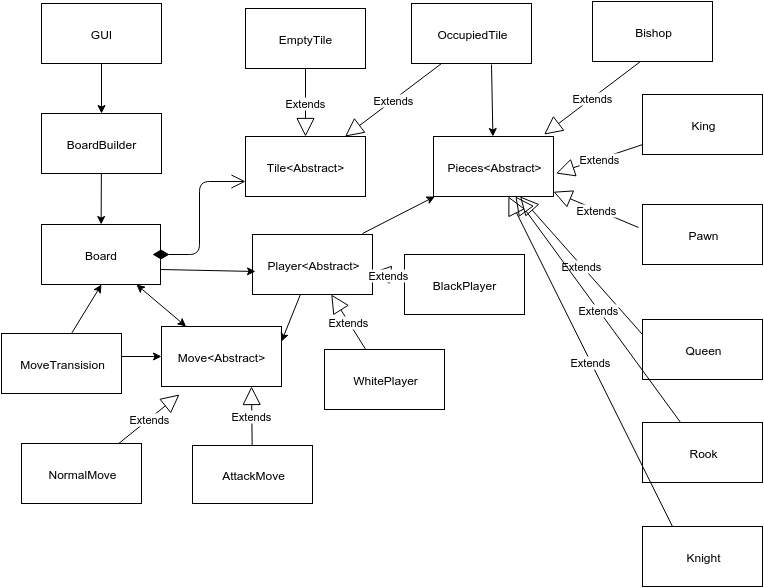
Above: dokumentointi/shakki-UML.png in tiikkala/shakki (draw.io), before the change. Source tidied: cells renumbered, new cells last; positions are measured from the earlier drawing's top-left corner, leaving out a move shared by most shapes.
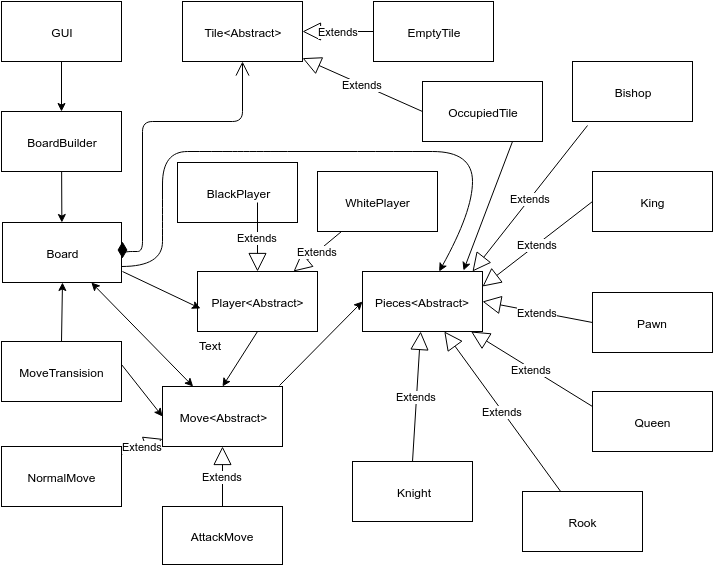
The same diagram one commit later.

The edit, as a diff of the source:
```diff
@@ -3,54 +3,54 @@
     <mxCell id="0" />
     <mxCell id="1" parent="0" />
     <mxCell id="2" value="GUI" style="whiteSpace=wrap;html=1;" parent="1" vertex="1">
-      <mxGeometry x="40" y="2" width="120" height="60" as="geometry" />
+      <mxGeometry x="39" y="-28" width="120" height="60" as="geometry" />
     </mxCell>
     <mxCell id="3" value="BoardBuilder" style="whiteSpace=wrap;html=1;fillColor=#ffffff;strokeColor=#000000;" parent="1" vertex="1">
-      <mxGeometry x="40" y="112" width="120" height="60" as="geometry" />
+      <mxGeometry x="39" y="82" width="120" height="60" as="geometry" />
     </mxCell>
     <mxCell id="4" value="Board" style="whiteSpace=wrap;html=1;" parent="1" vertex="1">
-      <mxGeometry x="40" y="223" width="119" height="60" as="geometry" />
+      <mxGeometry x="40" y="193" width="119" height="60" as="geometry" />
     </mxCell>
     <mxCell id="5" value="Move&amp;lt;Abstract&amp;gt;" style="whiteSpace=wrap;html=1;" parent="1" vertex="1">
-      <mxGeometry x="160" y="325" width="120" height="60" as="geometry" />
+      <mxGeometry x="200" y="357" width="120" height="60" as="geometry" />
     </mxCell>
     <mxCell id="6" value="NormalMove" style="whiteSpace=wrap;html=1;" parent="1" vertex="1">
-      <mxGeometry x="20" y="442" width="120" height="60" as="geometry" />
+      <mxGeometry x="39" y="417" width="120" height="60" as="geometry" />
     </mxCell>
     <mxCell id="7" value="Tile&amp;lt;Abstract&amp;gt;" style="whiteSpace=wrap;html=1;strokeColor=#000000;fillColor=#ffffff;" parent="1" vertex="1">
-      <mxGeometry x="244" y="135" width="120" height="60" as="geometry" />
+      <mxGeometry x="220" y="-28" width="120" height="60" as="geometry" />
     </mxCell>
     <mxCell id="8" value="AttackMove" style="whiteSpace=wrap;html=1;strokeColor=#000000;fillColor=#ffffff;" parent="1" vertex="1">
-      <mxGeometry x="191" y="444" width="120" height="58" as="geometry" />
+      <mxGeometry x="200" y="477" width="120" height="58" as="geometry" />
     </mxCell>
     <mxCell id="9" value="EmptyTile" style="whiteSpace=wrap;html=1;strokeColor=#000000;fillColor=#ffffff;" parent="1" vertex="1">
-      <mxGeometry x="244" y="7" width="120" height="60" as="geometry" />
+      <mxGeometry x="411" y="-28" width="120" height="60" as="geometry" />
     </mxCell>
     <mxCell id="10" value="OccupiedTile" style="whiteSpace=wrap;html=1;strokeColor=#000000;fillColor=#ffffff;" parent="1" vertex="1">
-      <mxGeometry x="410" y="2" width="120" height="60" as="geometry" />
+      <mxGeometry x="460" y="52" width="120" height="60" as="geometry" />
     </mxCell>
-    <mxCell id="11" value="&lt;div&gt;&lt;br&gt;&lt;/div&gt;&lt;div&gt;&lt;br&gt;&lt;/div&gt;" style="endArrow=open;html=1;endSize=12;startArrow=diamondThin;startSize=14;startFill=1;edgeStyle=orthogonalEdgeStyle;align=left;verticalAlign=bottom;entryX=0;entryY=0.75;" parent="1" edge="1" target="7">
+    <mxCell id="11" value="&lt;div&gt;&lt;br&gt;&lt;/div&gt;&lt;div&gt;&lt;br&gt;&lt;/div&gt;" style="endArrow=open;html=1;endSize=12;startArrow=diamondThin;startSize=14;startFill=1;edgeStyle=orthogonalEdgeStyle;align=left;verticalAlign=bottom;" parent="1" edge="1" target="7">
       <mxGeometry x="-0.43" y="-108" relative="1" as="geometry">
-        <mxPoint x="151" y="253" as="sourcePoint" />
+        <mxPoint x="160" y="212" as="sourcePoint" />
         <Array as="points">
-          <mxPoint x="198" y="253" />
-          <mxPoint x="198" y="180" />
+          <mxPoint x="160" y="222" />
+          <mxPoint x="180" y="222" />
+          <mxPoint x="180" y="92" />
+          <mxPoint x="280" y="92" />
         </Array>
         <mxPoint x="-2" y="23" as="offset" />
       </mxGeometry>
     </mxCell>
-    <mxCell id="12" value="Extends" style="endArrow=block;endSize=16;endFill=0;html=1;" parent="1" edge="1" source="6">
-      <mxGeometry relative="1" as="geometry">
-        <mxPoint x="178" y="393" as="targetPoint" />
-      </mxGeometry>
+    <mxCell id="12" value="Extends" style="endArrow=block;endSize=16;endFill=0;html=1;" parent="1" edge="1" source="6" target="5">
+      <mxGeometry relative="1" as="geometry" />
     </mxCell>
-    <mxCell id="13" value="Extends" style="endArrow=block;endSize=16;endFill=0;html=1;entryX=0.75;entryY=1;" parent="1" edge="1" source="8" target="5">
+    <mxCell id="13" value="Extends" style="endArrow=block;endSize=16;endFill=0;html=1;" parent="1" edge="1" source="8" target="5">
       <mxGeometry x="250.2" y="433" as="geometry" />
     </mxCell>
     <mxCell id="14" value="Extends" style="endArrow=block;endSize=16;endFill=0;html=1;" parent="1" edge="1" source="9" target="7">
       <mxGeometry x="303.2" y="101" as="geometry" />
     </mxCell>
-    <mxCell id="15" value="Extends" style="endArrow=block;endSize=16;endFill=0;html=1;exitX=0.25;exitY=1;" parent="1" edge="1" source="10" target="7">
+    <mxCell id="15" value="Extends" style="endArrow=block;endSize=16;endFill=0;html=1;exitX=0;exitY=0.5;" parent="1" edge="1" source="10" target="7">
       <mxGeometry x="460.2" y="131" as="geometry" />
     </mxCell>
     <mxCell id="16" style="endArrow=classic;html=1;exitX=0.5;exitY=1;" parent="1" edge="1" source="2" target="3">
@@ -63,38 +63,35 @@
       <mxGeometry relative="1" as="geometry" />
     </mxCell>
     <mxCell id="19" value="Pieces&amp;lt;Abstract&amp;gt;" style="whiteSpace=wrap;html=1;strokeColor=#000000;fillColor=#ffffff;" parent="1" vertex="1">
-      <mxGeometry x="432" y="135" width="120" height="60" as="geometry" />
+      <mxGeometry x="400" y="242" width="120" height="60" as="geometry" />
     </mxCell>
     <mxCell id="20" value="Bishop" style="whiteSpace=wrap;html=1;strokeColor=#000000;fillColor=#ffffff;" parent="1" vertex="1">
-      <mxGeometry x="591" width="120" height="60" as="geometry" />
+      <mxGeometry x="610" y="32" width="120" height="60" as="geometry" />
     </mxCell>
-    <mxCell id="21" value="Extends" style="endArrow=block;endSize=16;endFill=0;html=1;exitX=0.25;exitY=1;" parent="1" edge="1">
+    <mxCell id="21" value="Extends" style="endArrow=block;endSize=16;endFill=0;html=1;exitX=0.125;exitY=1.061;exitPerimeter=0;" parent="1" edge="1" source="20">
       <mxGeometry x="659.2" y="129" as="geometry">
-        <mxPoint x="639" y="60" as="sourcePoint" />
-        <mxPoint x="542.6" y="133" as="targetPoint" />
+        <mxPoint x="510" y="242" as="targetPoint" />
       </mxGeometry>
     </mxCell>
     <mxCell id="22" value="King" style="whiteSpace=wrap;html=1;strokeColor=#000000;fillColor=#ffffff;" parent="1" vertex="1">
-      <mxGeometry x="641" y="93" width="120" height="60" as="geometry" />
+      <mxGeometry x="630" y="142" width="120" height="60" as="geometry" />
     </mxCell>
     <mxCell id="23" value="Pawn" style="whiteSpace=wrap;html=1;strokeColor=#000000;fillColor=#ffffff;" parent="1" vertex="1">
-      <mxGeometry x="641" y="203" width="120" height="60" as="geometry" />
+      <mxGeometry x="630" y="263" width="120" height="60" as="geometry" />
     </mxCell>
     <mxCell id="24" value="Queen" style="whiteSpace=wrap;html=1;strokeColor=#000000;fillColor=#ffffff;" parent="1" vertex="1">
-      <mxGeometry x="641" y="318" width="120" height="60" as="geometry" />
+      <mxGeometry x="630" y="362" width="120" height="60" as="geometry" />
     </mxCell>
     <mxCell id="25" value="Rook" style="whiteSpace=wrap;html=1;strokeColor=#000000;fillColor=#ffffff;" parent="1" vertex="1">
-      <mxGeometry x="641" y="421" width="120" height="60" as="geometry" />
+      <mxGeometry x="560" y="462" width="120" height="60" as="geometry" />
     </mxCell>
     <mxCell id="26" value="Knight" style="whiteSpace=wrap;html=1;strokeColor=#000000;fillColor=#ffffff;" parent="1" vertex="1">
-      <mxGeometry x="641" y="525" width="120" height="60" as="geometry" />
+      <mxGeometry x="390" y="432" width="120" height="60" as="geometry" />
     </mxCell>
-    <mxCell id="27" value="Extends" style="endArrow=block;endSize=16;endFill=0;html=1;" parent="1" edge="1" source="22">
-      <mxGeometry x="671.2" y="168" as="geometry">
-        <mxPoint x="554.6" y="172" as="targetPoint" />
-      </mxGeometry>
+    <mxCell id="27" value="Extends" style="endArrow=block;endSize=16;endFill=0;html=1;entryX=1;entryY=0.25;exitX=0;exitY=0.5;" parent="1" edge="1" source="22" target="19">
+      <mxGeometry x="671.2" y="168" as="geometry" />
     </mxCell>
-    <mxCell id="28" value="Extends" style="endArrow=block;endSize=16;endFill=0;html=1;exitX=-0.033;exitY=0.383;exitPerimeter=0;" parent="1" edge="1" source="23" target="19">
+    <mxCell id="28" value="Extends" style="endArrow=block;endSize=16;endFill=0;html=1;exitX=0;exitY=0.5;entryX=1;entryY=0.5;" parent="1" edge="1" source="23" target="19">
       <mxGeometry x="679.2" y="149" as="geometry" />
     </mxCell>
     <mxCell id="29" value="Extends" style="endArrow=block;endSize=16;endFill=0;html=1;exitX=0;exitY=0.25;" parent="1" edge="1" source="24" target="19">
@@ -103,48 +100,67 @@
     <mxCell id="30" value="Extends" style="endArrow=block;endSize=16;endFill=0;html=1;" parent="1" edge="1" source="25" target="19">
       <mxGeometry x="699.2" y="169" as="geometry" />
     </mxCell>
-    <mxCell id="31" value="Extends" style="endArrow=block;endSize=16;endFill=0;html=1;exitX=0.25;exitY=0;" parent="1" edge="1" source="26" target="19">
+    <mxCell id="31" value="Extends" style="endArrow=block;endSize=16;endFill=0;html=1;exitX=0.5;exitY=0;" parent="1" edge="1" source="26" target="19">
       <mxGeometry x="709.2" y="179" as="geometry" />
     </mxCell>
     <mxCell id="32" value="Player&amp;lt;Abstract&amp;gt;" style="whiteSpace=wrap;html=1;strokeColor=#000000;fillColor=#ffffff;" parent="1" vertex="1">
-      <mxGeometry x="251" y="233" width="120" height="60" as="geometry" />
+      <mxGeometry x="235" y="242" width="120" height="60" as="geometry" />
     </mxCell>
-    <mxCell id="33" style="endArrow=classic;html=1;entryX=0.025;entryY=0.617;exitX=1;exitY=0.75;entryPerimeter=0;" parent="1" edge="1" source="4" target="32">
-      <mxGeometry relative="1" as="geometry" />
+    <mxCell id="33" style="endArrow=classic;html=1;entryX=0.025;entryY=0.617;entryPerimeter=0;" parent="1" edge="1" target="32">
+      <mxGeometry relative="1" as="geometry">
+        <mxPoint x="160" y="242" as="sourcePoint" />
+      </mxGeometry>
     </mxCell>
-    <mxCell id="34" style="endArrow=classic;html=1;entryX=1;entryY=0.25;" parent="1" edge="1" source="32" target="5">
+    <mxCell id="34" style="endArrow=classic;html=1;entryX=0.5;entryY=0;exitX=0.5;exitY=1;" parent="1" edge="1" source="32" target="5">
       <mxGeometry relative="1" as="geometry" />
     </mxCell>
     <mxCell id="35" value="WhitePlayer" style="whiteSpace=wrap;html=1;strokeColor=#000000;fillColor=#ffffff;" parent="1" vertex="1">
-      <mxGeometry x="323" y="348" width="120" height="60" as="geometry" />
+      <mxGeometry x="355" y="142" width="120" height="60" as="geometry" />
     </mxCell>
     <mxCell id="36" value="BlackPlayer" style="whiteSpace=wrap;html=1;strokeColor=#000000;fillColor=#ffffff;" parent="1" vertex="1">
-      <mxGeometry x="403" y="253" width="120" height="60" as="geometry" />
+      <mxGeometry x="215" y="133" width="120" height="60" as="geometry" />
     </mxCell>
-    <mxCell id="37" style="endArrow=classic;html=1;exitX=0.917;exitY=-0.017;exitPerimeter=0;" parent="1" edge="1" source="32" target="19">
-      <mxGeometry relative="1" as="geometry" />
-    </mxCell>
     <mxCell id="38" value="Extends" style="endArrow=block;endSize=16;endFill=0;html=1;" parent="1" edge="1" source="35" target="32">
       <mxGeometry x="260.2" y="443" as="geometry" />
     </mxCell>
-    <mxCell id="39" value="Extends" style="endArrow=block;endSize=16;endFill=0;html=1;" parent="1" edge="1" source="36" target="32">
-      <mxGeometry x="270.2" y="453" as="geometry" />
+    <mxCell id="39" value="Extends" style="endArrow=block;endSize=16;endFill=0;html=1;entryX=0.5;entryY=0;" parent="1" edge="1" target="32">
+      <mxGeometry x="270.2" y="453" as="geometry">
+        <mxPoint x="295" y="173" as="sourcePoint" />
+      </mxGeometry>
     </mxCell>
-    <mxCell id="40" style="endArrow=classic;html=1;" parent="1" edge="1" target="19">
-      <mxGeometry relative="1" as="geometry">
-        <mxPoint x="490" y="63" as="sourcePoint" />
-      </mxGeometry>
+    <mxCell id="40" style="endArrow=classic;html=1;exitX=0.75;exitY=1;entryX=0.844;entryY=-0.011;entryPerimeter=0;" parent="1" edge="1" source="10" target="19">
+      <mxGeometry relative="1" as="geometry" />
     </mxCell>
     <mxCell id="41" value="MoveTransision" style="whiteSpace=wrap;html=1;strokeColor=#000000;fillColor=#ffffff;" parent="1" vertex="1">
-      <mxGeometry y="332" width="120" height="60" as="geometry" />
+      <mxGeometry x="39" y="312" width="120" height="60" as="geometry" />
     </mxCell>
-    <mxCell id="42" style="endArrow=classic;html=1;entryX=0.5;entryY=1;" parent="1" edge="1" target="4">
-      <mxGeometry x="140" y="120" as="geometry">
-        <mxPoint x="70" y="332" as="sourcePoint" />
-      </mxGeometry>
+    <mxCell id="42" style="endArrow=classic;html=1;entryX=0.5;entryY=1;exitX=0.5;exitY=0;" parent="1" edge="1" source="41" target="4">
+      <mxGeometry x="140" y="120" as="geometry" />
     </mxCell>
     <mxCell id="43" style="endArrow=classic;html=1;entryX=0;entryY=0.5;exitX=1;exitY=0.383;exitPerimeter=0;" parent="1" edge="1" source="41" target="5">
       <mxGeometry x="150" y="130" as="geometry" />
     </mxCell>
+    <mxCell id="44" style="endArrow=classic;html=1;entryX=0;entryY=0.5;exitX=0.975;exitY=-0.022;exitPerimeter=0;" parent="1" edge="1" source="5" target="19">
+      <mxGeometry x="306" y="396" as="geometry" />
+    </mxCell>
+    <mxCell id="45" value="Text" style="text;html=1;align=left;verticalAlign=top;spacingTop=-4;" parent="1" vertex="1">
+      <mxGeometry x="235" y="307" width="40" height="10" as="geometry" />
+    </mxCell>
+    <mxCell id="46" style="curved=1;endArrow=classic;html=1;" parent="1" edge="1" target="19">
+      <mxGeometry relative="1" as="geometry">
+        <mxPoint x="159" y="237" as="sourcePoint" />
+        <Array as="points">
+          <mxPoint x="200" y="237" />
+          <mxPoint x="200" y="187" />
+          <mxPoint x="200" y="122" />
+          <mxPoint x="250" y="122" />
+          <mxPoint x="290" y="122" />
+          <mxPoint x="360" y="122" />
+          <mxPoint x="430" y="122" />
+          <mxPoint x="510" y="122" />
+          <mxPoint x="510" y="182" />
+        </Array>
+      </mxGeometry>
+    </mxCell>
   </root>
 </mxGraphModel>
```
